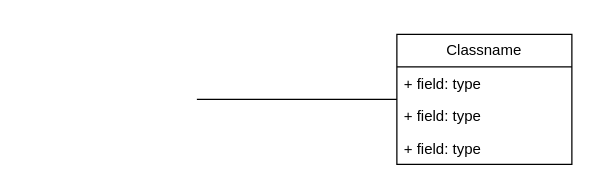
Above: Untitled Diagram.drawio in eabbas/university (draw.io), before the change. Source tidied: cells renumbered, new cells numbered last; positions are measured from the earlier drawing's top-left corner, leaving out a move shared by most shapes. Both pictures are drawn from the tidied source at 125%, with x=0, y=0 at pixel (196, 34).
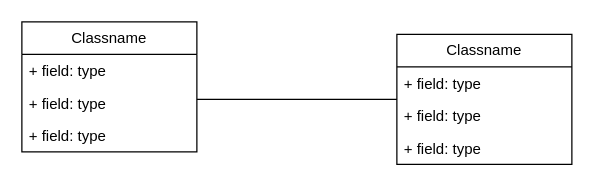
The same diagram, later.

The edit, as a diff of the source:
```diff
@@
 <mxGraphModel>
   <root>
     <mxCell id="0" />
     <mxCell id="1" parent="0" />
     <mxCell id="2" value="Classname" style="swimlane;fontStyle=0;horizontal=1;startSize=26;fillColor=none;whiteSpace=wrap;html=1;" parent="1" vertex="1">
       <mxGeometry x="160" width="140" height="104" as="geometry" />
     </mxCell>
     <mxCell id="3" value="+ field: type" style="text;strokeColor=none;fillColor=none;align=left;verticalAlign=top;spacingLeft=4;spacingRight=4;overflow=hidden;whiteSpace=wrap;html=1;" parent="2" vertex="1">
       <mxGeometry y="26" width="140" height="26" as="geometry" />
     </mxCell>
     <mxCell id="4" value="+ field: type" style="text;strokeColor=none;fillColor=none;align=left;verticalAlign=top;spacingLeft=4;spacingRight=4;overflow=hidden;whiteSpace=wrap;html=1;" parent="2" vertex="1">
       <mxGeometry y="52" width="140" height="26" as="geometry" />
     </mxCell>
     <mxCell id="5" value="+ field: type" style="text;strokeColor=none;fillColor=none;align=left;verticalAlign=top;spacingLeft=4;spacingRight=4;overflow=hidden;whiteSpace=wrap;html=1;" parent="2" vertex="1">
       <mxGeometry y="78" width="140" height="26" as="geometry" />
     </mxCell>
     <mxCell id="6" style="line;strokeWidth=1;fillColor=none;align=left;verticalAlign=middle;spacingTop=-1;spacingLeft=3;spacingRight=3;labelPosition=right;strokeColor=inherit;" parent="1" vertex="1">
       <mxGeometry y="48" width="160" height="8" as="geometry" />
     </mxCell>
+    <mxCell id="7" value="Classname" style="swimlane;fontStyle=0;horizontal=1;startSize=26;fillColor=none;whiteSpace=wrap;html=1;" parent="1" vertex="1">
+      <mxGeometry x="-140" y="-10" width="140" height="104" as="geometry" />
+    </mxCell>
+    <mxCell id="8" value="+ field: type" style="text;strokeColor=none;fillColor=none;align=left;verticalAlign=top;spacingLeft=4;spacingRight=4;overflow=hidden;whiteSpace=wrap;html=1;" parent="7" vertex="1">
+      <mxGeometry y="26" width="140" height="26" as="geometry" />
+    </mxCell>
+    <mxCell id="9" value="+ field: type" style="text;strokeColor=none;fillColor=none;align=left;verticalAlign=top;spacingLeft=4;spacingRight=4;overflow=hidden;whiteSpace=wrap;html=1;" parent="7" vertex="1">
+      <mxGeometry y="52" width="140" height="26" as="geometry" />
+    </mxCell>
+    <mxCell id="10" value="+ field: type" style="text;strokeColor=none;fillColor=none;align=left;verticalAlign=top;spacingLeft=4;spacingRight=4;overflow=hidden;whiteSpace=wrap;html=1;" parent="7" vertex="1">
+      <mxGeometry y="78" width="140" height="26" as="geometry" />
+    </mxCell>
   </root>
 </mxGraphModel>
```
